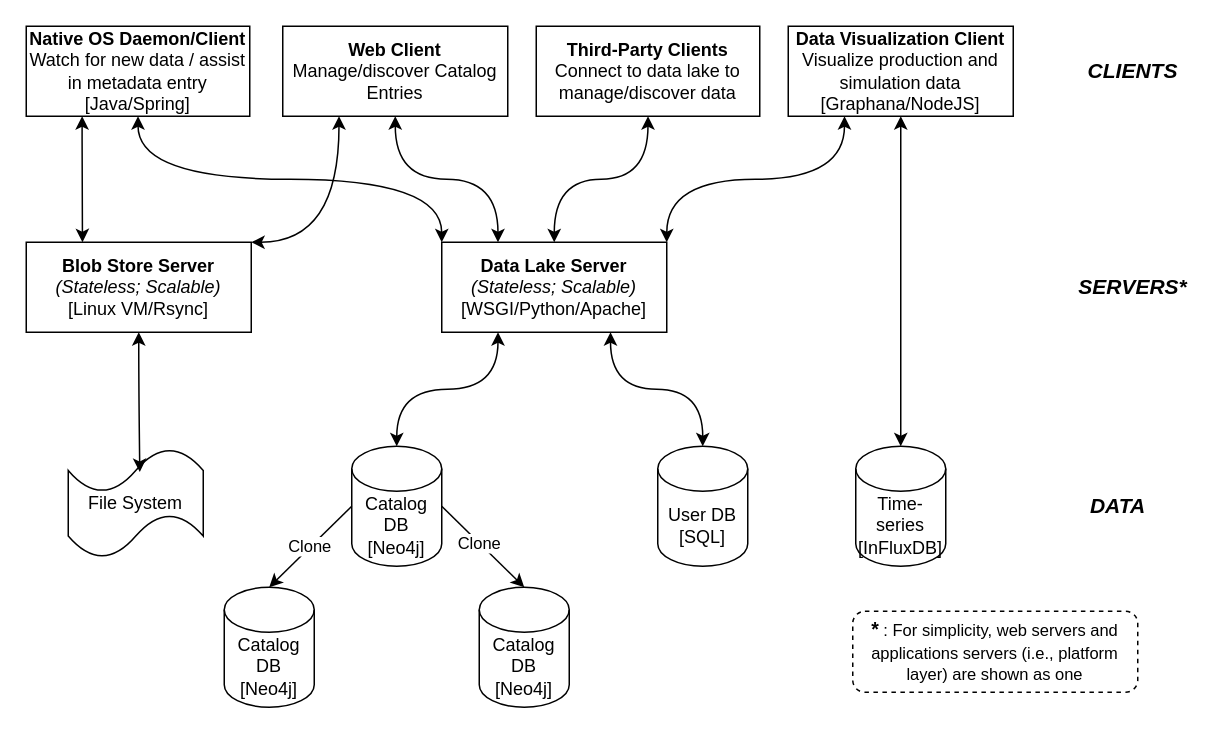
This is profile/sources/simutool_system_design.drawio from simutool/.github, a draw.io file, before an edit. Source tidied: cells renumbered, new cells numbered last; positions are measured from the earlier drawing's top-left corner, leaving out a move shared by most shapes. Both pictures are drawn from the tidied source at 150%, with x=0, y=0 at pixel (26, 26).
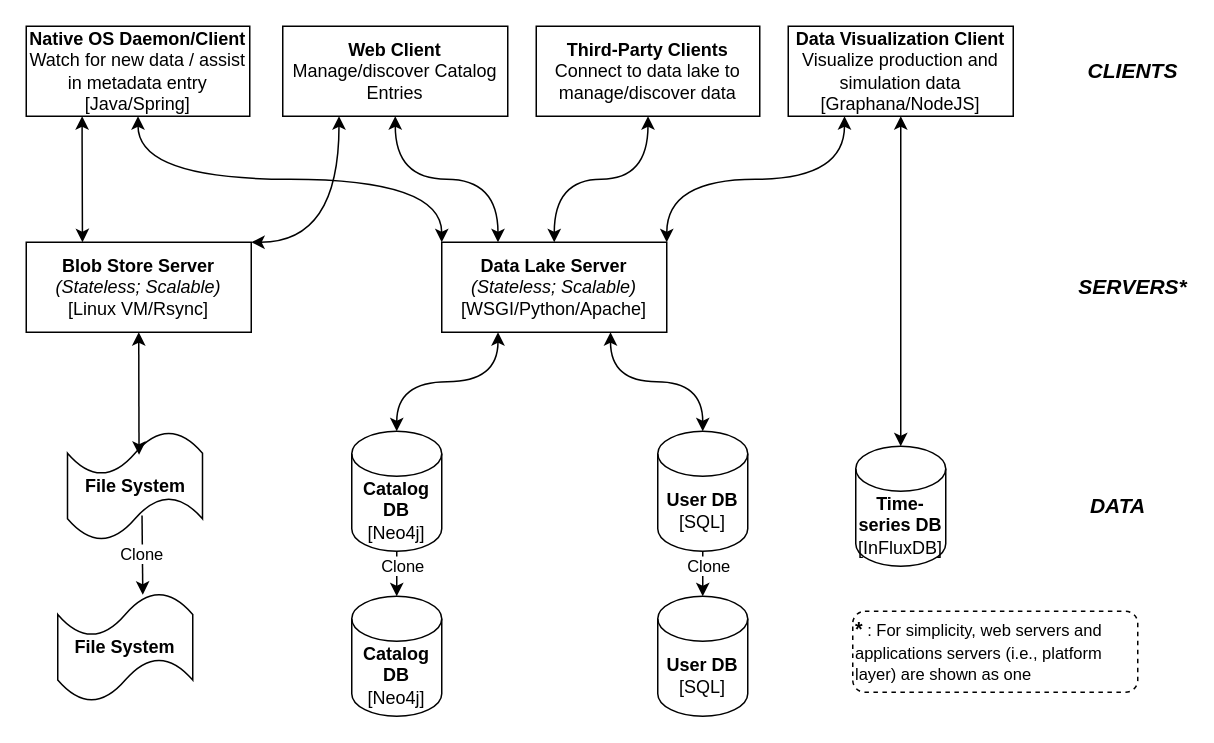
Above is the later version.

Change to the diagram source:
```diff
@@
-    <mxCell id="10" value="User DB&lt;br&gt;[SQL]" style="shape=cylinder3;whiteSpace=wrap;html=1;boundedLbl=1;backgroundOutline=1;size=15;" parent="1" vertex="1">
-      <mxGeometry x="421" y="280" width="60" height="80" as="geometry" />
+    <mxCell id="10" value="&lt;b&gt;User DB&lt;/b&gt;&lt;br&gt;[SQL]" style="shape=cylinder3;whiteSpace=wrap;html=1;boundedLbl=1;backgroundOutline=1;size=15;" parent="1" vertex="1">
+      <mxGeometry x="421" y="270" width="60" height="80" as="geometry" />
     </mxCell>
@@
-    <mxCell id="12" value="Catalog DB&lt;br&gt;[Neo4j]" style="shape=cylinder3;whiteSpace=wrap;html=1;boundedLbl=1;backgroundOutline=1;size=15;" parent="1" vertex="1">
-      <mxGeometry x="217" y="280" width="60" height="80" as="geometry" />
+    <mxCell id="12" value="&lt;b&gt;Catalog DB&lt;/b&gt;&lt;br&gt;[Neo4j]" style="shape=cylinder3;whiteSpace=wrap;html=1;boundedLbl=1;backgroundOutline=1;size=15;" parent="1" vertex="1">
+      <mxGeometry x="217" y="270" width="60" height="80" as="geometry" />
     </mxCell>
-    <mxCell id="13" value="Catalog DB&lt;br&gt;[Neo4j]" style="shape=cylinder3;whiteSpace=wrap;html=1;boundedLbl=1;backgroundOutline=1;size=15;" parent="1" vertex="1">
-      <mxGeometry x="132" y="374" width="60" height="80" as="geometry" />
+    <mxCell id="13" value="&lt;b&gt;Catalog DB&lt;/b&gt;&lt;br&gt;[Neo4j]" style="shape=cylinder3;whiteSpace=wrap;html=1;boundedLbl=1;backgroundOutline=1;size=15;" parent="1" vertex="1">
+      <mxGeometry x="217" y="380" width="60" height="80" as="geometry" />
     </mxCell>
-    <mxCell id="14" value="Catalog DB&lt;br&gt;[Neo4j]" style="shape=cylinder3;whiteSpace=wrap;html=1;boundedLbl=1;backgroundOutline=1;size=15;" parent="1" vertex="1">
-      <mxGeometry x="302" y="374" width="60" height="80" as="geometry" />
-    </mxCell>
-    <mxCell id="15" style="endArrow=classic;html=1;rounded=0;exitX=1;exitY=0.5;exitDx=0;exitDy=0;exitPerimeter=0;entryX=0.5;entryY=0;entryDx=0;entryDy=0;entryPerimeter=0;" parent="1" edge="1" source="12" target="14">
-      <mxGeometry relative="1" as="geometry" />
-    </mxCell>
-    <mxCell id="16" value="Clone" style="edgeLabel;html=1;align=center;verticalAlign=middle;" parent="15" vertex="1">
-      <mxGeometry x="-0.32" y="2" relative="1" as="geometry">
-        <mxPoint x="5" y="8" as="offset" />
-      </mxGeometry>
-    </mxCell>
-    <mxCell id="17" value="Clone" style="endArrow=classic;html=1;rounded=0;entryX=0.5;entryY=0;entryDx=0;entryDy=0;entryPerimeter=0;exitX=0;exitY=0.5;exitDx=0;exitDy=0;exitPerimeter=0;" parent="1" edge="1" source="12" target="13">
-      <mxGeometry relative="1" as="geometry" />
+    <mxCell id="17" value="Clone" style="endArrow=classic;html=1;rounded=0;entryX=0.5;entryY=0;entryDx=0;entryDy=0;entryPerimeter=0;exitX=0.5;exitY=1;exitDx=0;exitDy=0;exitPerimeter=0;" parent="1" edge="1">
+      <mxGeometry x="-0.33" y="4" relative="1" as="geometry">
+        <mxPoint x="247" y="350" as="sourcePoint" />
+        <mxPoint x="247" y="380" as="targetPoint" />
+      </mxGeometry>
     </mxCell>
@@
-    <mxCell id="20" value="File System" style="shape=tape;whiteSpace=wrap;html=1;fillColor=none;" parent="1" vertex="1">
-      <mxGeometry x="28" y="281.5" width="90" height="73" as="geometry" />
+    <mxCell id="20" value="&lt;b&gt;File System&lt;/b&gt;" style="shape=tape;whiteSpace=wrap;html=1;fillColor=none;" parent="1" vertex="1">
+      <mxGeometry x="27.5" y="270" width="90" height="73" as="geometry" />
     </mxCell>
@@
-    <mxCell id="23" value="Time-series&lt;br&gt;[InFluxDB]" style="shape=cylinder3;whiteSpace=wrap;html=1;boundedLbl=1;backgroundOutline=1;size=15;" parent="1" vertex="1">
+    <mxCell id="23" value="&lt;b&gt;Time-series DB&lt;/b&gt;&lt;br&gt;[InFluxDB]" style="shape=cylinder3;whiteSpace=wrap;html=1;boundedLbl=1;backgroundOutline=1;size=15;" parent="1" vertex="1">
       <mxGeometry x="553" y="280" width="60" height="80" as="geometry" />
     </mxCell>
@@
-    <mxCell id="30" value="&lt;font style=&quot;font-size: 13px;&quot;&gt;&lt;b&gt;*&lt;/b&gt;&lt;/font&gt;&lt;font style=&quot;font-size: 11px;&quot;&gt; : For simplicity, web servers and applications servers (i.e., platform layer) are shown as one&lt;/font&gt;" style="rounded=1;whiteSpace=wrap;html=1;dashed=1;" parent="1" vertex="1">
+    <mxCell id="30" value="&lt;font style=&quot;font-size: 13px;&quot;&gt;&lt;b&gt;*&lt;/b&gt;&lt;/font&gt;&lt;font style=&quot;font-size: 11px;&quot;&gt; : For simplicity, web servers and applications servers (i.e., platform layer) are shown as one&lt;/font&gt;" style="rounded=1;whiteSpace=wrap;html=1;dashed=1;align=left;" parent="1" vertex="1">
       <mxGeometry x="551" y="390" width="190" height="54" as="geometry" />
     </mxCell>
+    <mxCell id="31" value="&lt;b&gt;File System&lt;/b&gt;" style="shape=tape;whiteSpace=wrap;html=1;fillColor=none;" parent="1" vertex="1">
+      <mxGeometry x="21" y="377.5" width="90" height="73" as="geometry" />
+    </mxCell>
+    <mxCell id="32" value="Clone" style="endArrow=classic;html=1;rounded=0;entryX=0.63;entryY=0.021;entryDx=0;entryDy=0;entryPerimeter=0;exitX=0.552;exitY=0.769;exitDx=0;exitDy=0;exitPerimeter=0;" parent="1" edge="1" source="20" target="31">
+      <mxGeometry relative="1" as="geometry" />
+    </mxCell>
+    <mxCell id="33" value="&lt;b style=&quot;border-color: var(--border-color);&quot;&gt;User DB&lt;/b&gt;&lt;br style=&quot;border-color: var(--border-color);&quot;&gt;[SQL]" style="shape=cylinder3;whiteSpace=wrap;html=1;boundedLbl=1;backgroundOutline=1;size=15;" parent="1" vertex="1">
+      <mxGeometry x="421" y="380" width="60" height="80" as="geometry" />
+    </mxCell>
+    <mxCell id="34" value="Clone" style="endArrow=classic;html=1;rounded=0;entryX=0.5;entryY=0;entryDx=0;entryDy=0;entryPerimeter=0;exitX=0.5;exitY=1;exitDx=0;exitDy=0;exitPerimeter=0;" parent="1" edge="1">
+      <mxGeometry x="-0.33" y="4" relative="1" as="geometry">
+        <mxPoint x="451" y="350" as="sourcePoint" />
+        <mxPoint x="451" y="380" as="targetPoint" />
+      </mxGeometry>
+    </mxCell>
```
